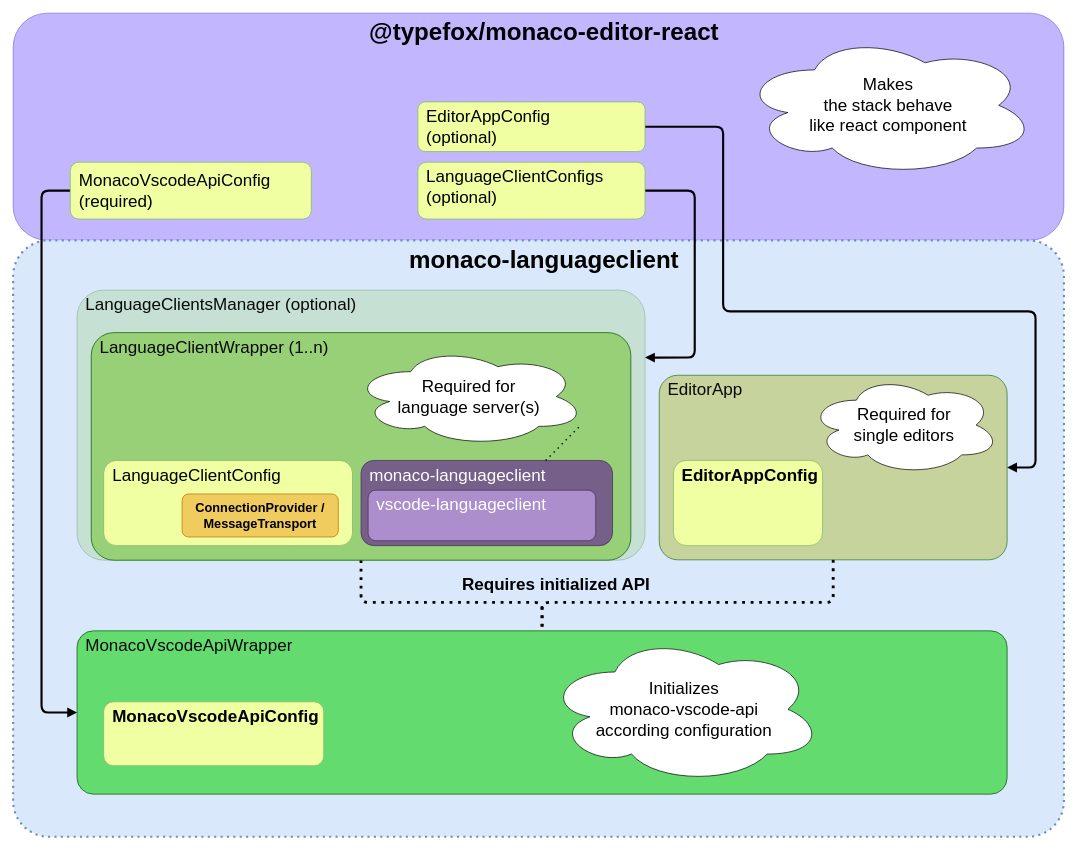
The draw.io diagram docs/diagrams/mlc-details.drawio in TypeFox/monaco-languageclient, before the edit. Source tidied: cells renumbered, new cells numbered last; positions are measured from the earlier drawing's top-left corner, leaving out a move shared by most shapes. Both pictures are drawn from the tidied source at 71%, with x=0, y=0 at pixel (13, 13).
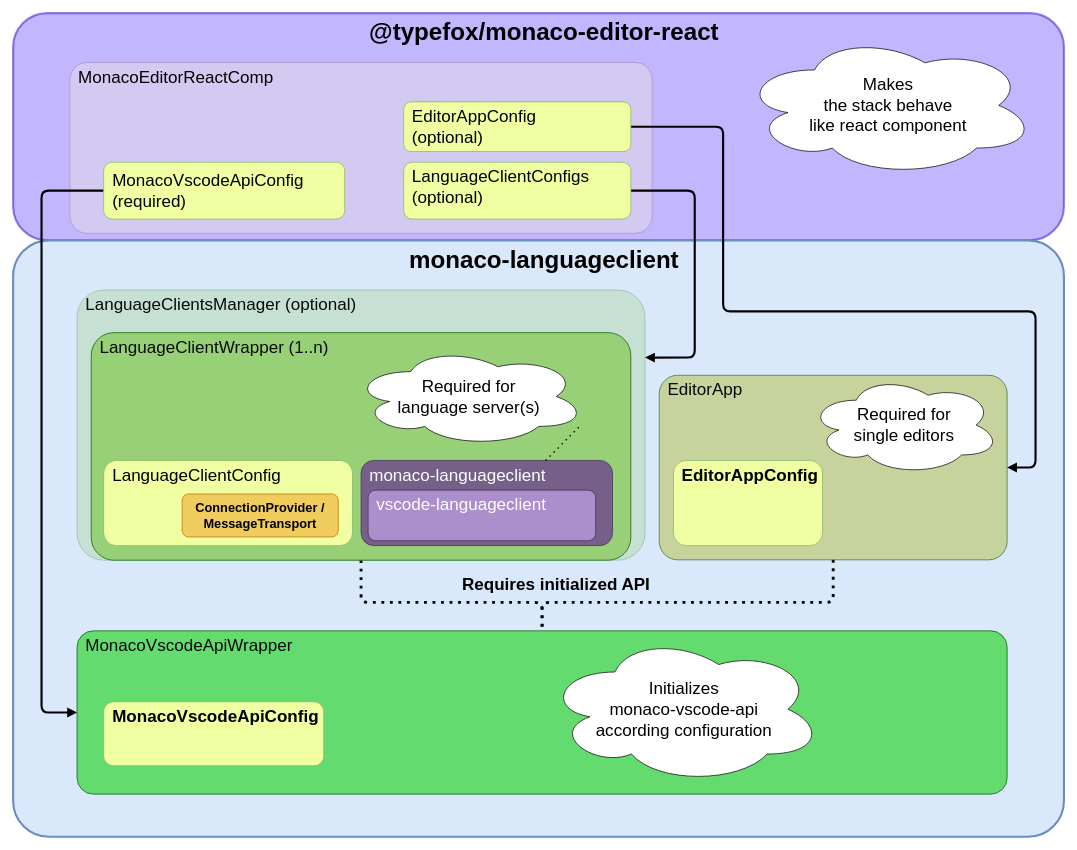
Above is the later version.

Diff of the diagram source:
```diff
@@
-    <mxCell id="2" value="&lt;font&gt;@typefox/monaco-editor-react&lt;/font&gt;" style="rounded=1;whiteSpace=wrap;html=1;fillColor=#866EFF;strokeColor=#3700CC;fontColor=light-dark(#000000, #121212);verticalAlign=top;opacity=50;fontStyle=1;fontSize=34;align=center;spacingLeft=16;" parent="1" vertex="1">
+    <mxCell id="2" value="&lt;font&gt;@typefox/monaco-editor-react&lt;/font&gt;" style="rounded=1;whiteSpace=wrap;html=1;fillColor=#866EFF;strokeColor=#3700CC;fontColor=light-dark(#000000, #121212);verticalAlign=top;opacity=50;fontStyle=1;fontSize=34;align=center;spacingLeft=16;strokeWidth=3;" parent="1" vertex="1">
       <mxGeometry width="1480" height="320" as="geometry" />
     </mxCell>
+    <mxCell id="29" value="&lt;font style=&quot;font-size: 24px;&quot;&gt;MonacoEditorReactComp&lt;/font&gt;" style="rounded=1;html=1;fillColor=#e1d5e7;strokeColor=#9673a6;verticalAlign=top;arcSize=10;whiteSpace=wrap;align=left;spacingLeft=10;opacity=60;" parent="1" vertex="1">
+      <mxGeometry x="80" y="69.5" width="820" height="240.5" as="geometry" />
+    </mxCell>
@@
-    <mxCell id="4" value="&lt;b&gt;&lt;font style=&quot;font-size: 34px;&quot;&gt;monaco-language&lt;span style=&quot;background-color: initial;&quot;&gt;client&lt;/span&gt;&lt;/font&gt;&lt;/b&gt;" style="rounded=1;whiteSpace=wrap;html=1;verticalAlign=top;fontSize=24;fillColor=#dae8fc;strokeColor=#6c8ebf;dashed=1;dashPattern=1 2;strokeWidth=3;arcSize=6;align=center;spacingLeft=16;" parent="1" vertex="1">
+    <mxCell id="4" value="&lt;b&gt;&lt;font style=&quot;font-size: 34px;&quot;&gt;monaco-language&lt;span style=&quot;background-color: initial;&quot;&gt;client&lt;/span&gt;&lt;/font&gt;&lt;/b&gt;" style="rounded=1;whiteSpace=wrap;html=1;verticalAlign=top;fontSize=24;fillColor=#dae8fc;strokeColor=#6c8ebf;strokeWidth=3;arcSize=6;align=center;spacingLeft=16;" parent="1" vertex="1">
       <mxGeometry y="320" width="1480" height="840" as="geometry" />
     </mxCell>
@@
     <mxCell id="19" value="EditorAppConfig&lt;div&gt;(optional)&lt;/div&gt;" style="rounded=1;whiteSpace=wrap;html=1;fillColor=#EFFFA1;strokeColor=#82b366;fontSize=24;align=left;verticalAlign=middle;spacingLeft=10;" parent="1" vertex="1">
-      <mxGeometry x="570" y="125" width="320" height="70" as="geometry" />
+      <mxGeometry x="550" y="125" width="320" height="70" as="geometry" />
     </mxCell>
@@
     <mxCell id="21" value="&lt;font&gt;MonacoVscodeApiConfig&lt;/font&gt;&lt;div&gt;&lt;font&gt;(required)&lt;/font&gt;&lt;/div&gt;" style="rounded=1;whiteSpace=wrap;html=1;fillColor=#EFFFA1;strokeColor=#82b366;fontSize=24;verticalAlign=middle;align=left;spacingLeft=10;" parent="1" vertex="1">
-      <mxGeometry x="80.5" y="210" width="339.5" height="80" as="geometry" />
+      <mxGeometry x="127.5" y="210" width="339.5" height="80" as="geometry" />
     </mxCell>
@@
     <mxCell id="26" value="&lt;font&gt;LanguageClientConfigs&lt;/font&gt;&lt;div&gt;&lt;font&gt;(optional)&lt;/font&gt;&lt;/div&gt;" style="rounded=1;whiteSpace=wrap;html=1;fillColor=#EFFFA1;strokeColor=#82b366;fontSize=24;align=left;verticalAlign=top;spacingLeft=10;" parent="1" vertex="1">
-      <mxGeometry x="570" y="210" width="320" height="80" as="geometry" />
+      <mxGeometry x="550" y="210" width="320" height="80" as="geometry" />
     </mxCell>
```
